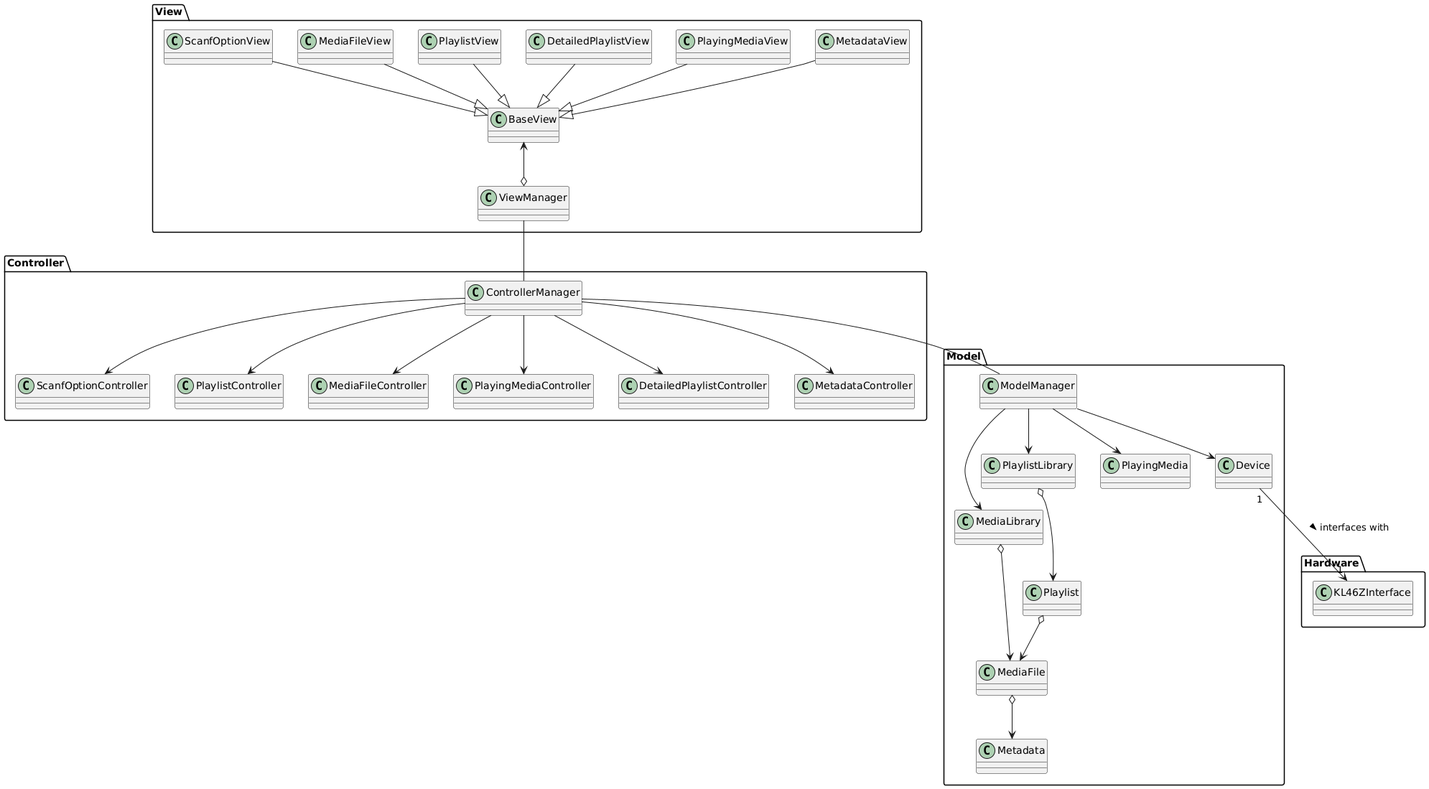
Above: project/docs/MVC/MVC.png in Weizy-NTT/Spotify-rep-1-1 (PlantUML), before the change.
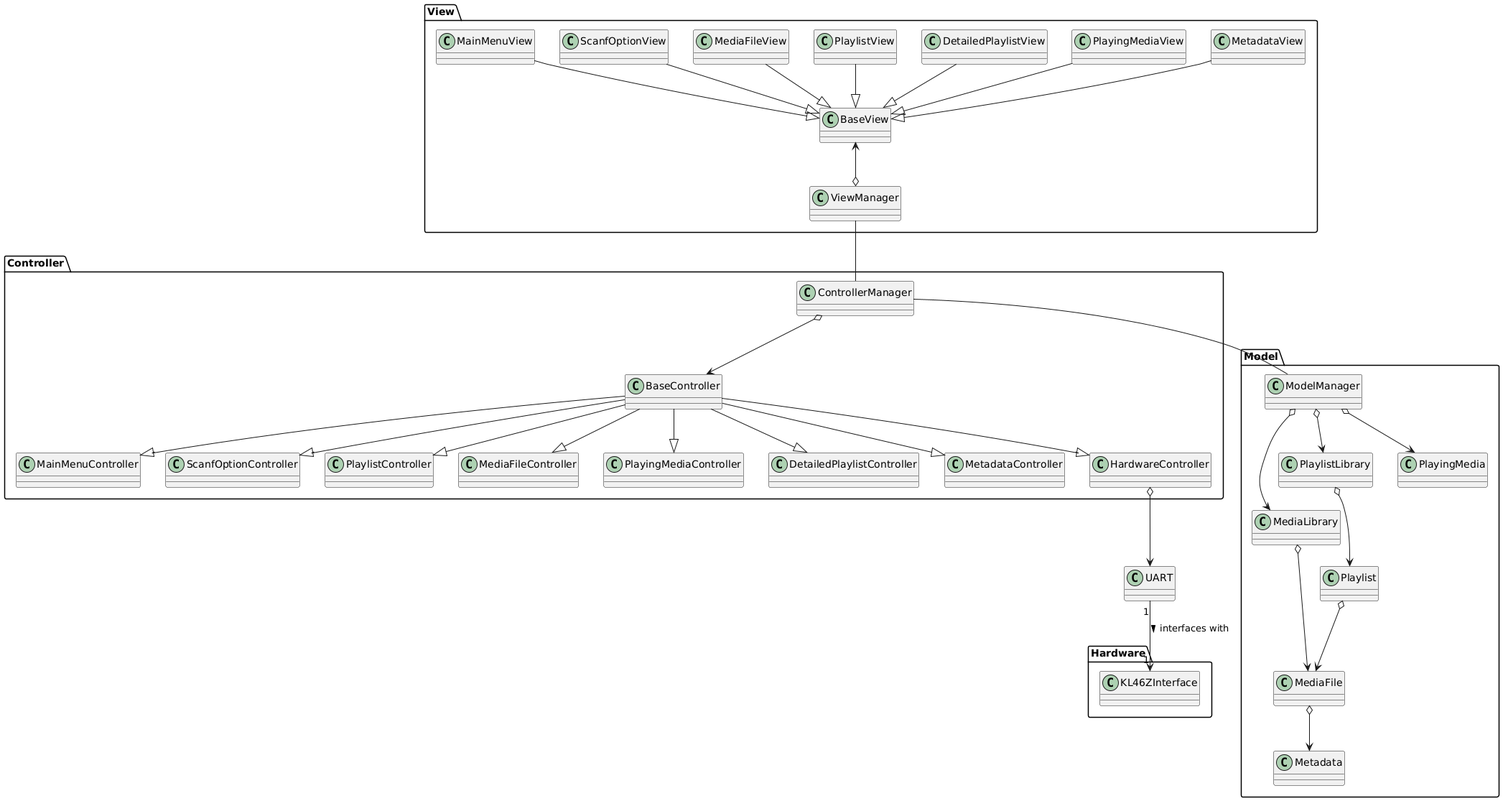
After the commit.

The edit, as a diff of the source:
```diff
@@ -1,20 +1,21 @@
 @startuml
 package Controller {
-
-    ControllerManager --> ScanfOptionController
-    ControllerManager --> PlaylistController
-    ControllerManager --> MediaFileController
-    ControllerManager --> PlayingMediaController
-    ControllerManager --> DetailedPlaylistController
-    ControllerManager --> MetadataController
+    ControllerManager o--> BaseController
+    BaseController --|> MainMenuController
+    BaseController --|> ScanfOptionController
+    BaseController --|> PlaylistController
+    BaseController --|> MediaFileController
+    BaseController --|> PlayingMediaController
+    BaseController --|> DetailedPlaylistController
+    BaseController --|> MetadataController
+    BaseController --|> HardwareController
 }
 
 package Model {
 
-    ModelManager --> MediaLibrary
-    ModelManager --> PlaylistLibrary
-    ModelManager --> PlayingMedia
-    ModelManager --> Device
+    ModelManager o--> MediaLibrary
+    ModelManager o--> PlaylistLibrary
+    ModelManager o--> PlayingMedia
     MediaLibrary o--> MediaFile
     PlaylistLibrary o--> Playlist
     Playlist o--> MediaFile
@@ -22,7 +23,7 @@
 }
 
 package View {
-
+    MainMenuView --|> BaseView
     ScanfOptionView --|> BaseView
     MediaFileView --|> BaseView
     PlaylistView --|> BaseView
@@ -31,9 +32,9 @@
     MetadataView --|> BaseView
     BaseView <--o ViewManager
 }
-
+HardwareController o--> UART
 package Hardware {
-    Device "1" --> "1" KL46ZInterface : interfaces with >
+    UART "1" --> "1" KL46ZInterface : interfaces with >
 }
 
 ViewManager -- ControllerManager
```
